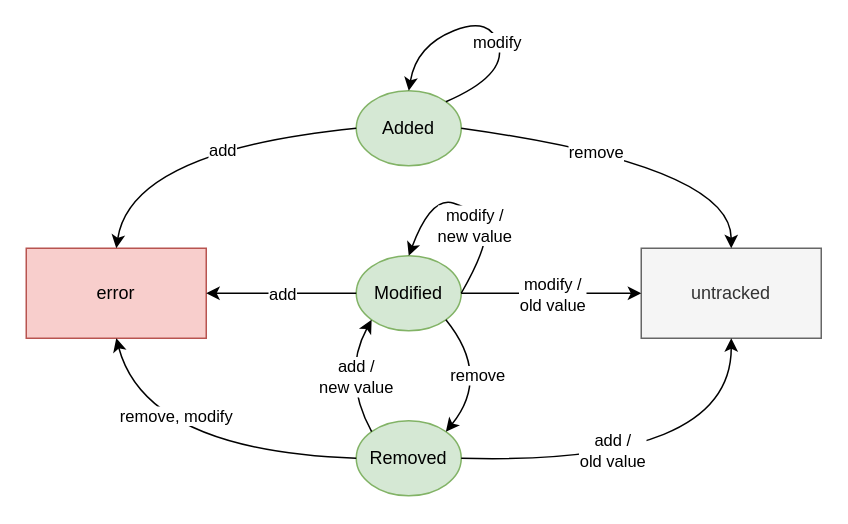
ElektraInitiative/libelektra keeps this draw.io diagram as doc/images/elektra-record/recording-key-states.drawio. Above is the earlier version. Source tidied: cells renumbered, new cells numbered last; positions are measured from the earlier drawing's top-left corner, leaving out a move shared by most shapes. Both pictures are drawn from the tidied source at 150%, with x=0, y=0 at pixel (26, 15).
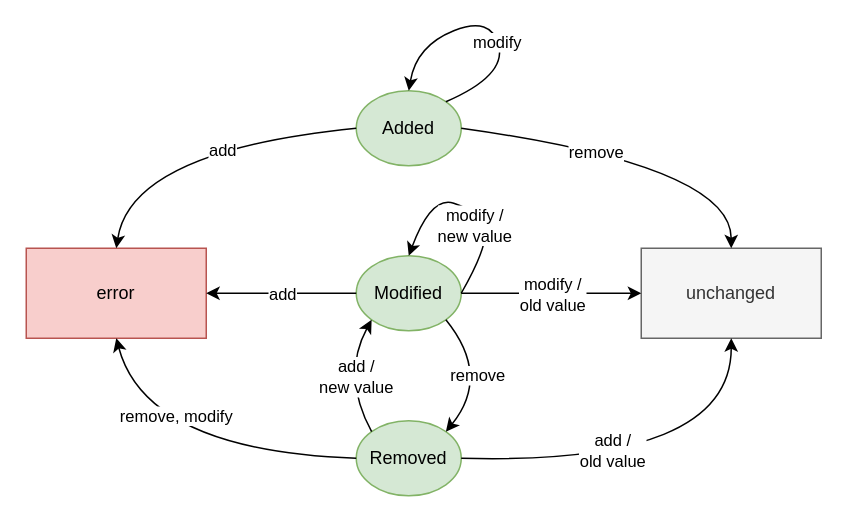
The same page after the edit.

Commit message (it also covers changes not shown here):
doc: update recording technical documentation

Diff of the diagram source:
```diff
@@
-    <mxCell id="5" value="untracked" style="rounded=0;whiteSpace=wrap;html=1;fillColor=#f5f5f5;fontColor=#333333;strokeColor=#666666;" parent="1" vertex="1">
+    <mxCell id="5" value="unchanged" style="rounded=0;whiteSpace=wrap;html=1;fillColor=#f5f5f5;fontColor=#333333;strokeColor=#666666;" parent="1" vertex="1">
       <mxGeometry x="410" y="155" width="120" height="60" as="geometry" />
     </mxCell>
```
